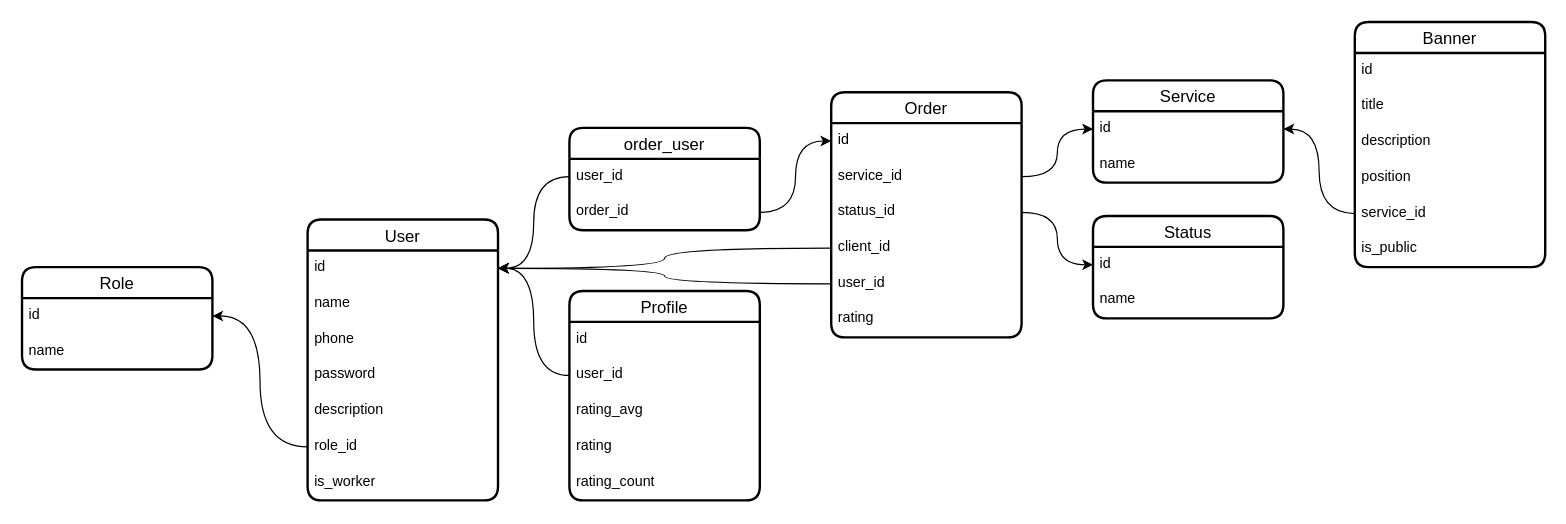
This is santex.drawio from iztileuoff/databases, a draw.io file, before an edit. Source tidied: cells renumbered, new cells numbered last; positions are measured from the earlier drawing's top-left corner, leaving out a move shared by most shapes. Both pictures are drawn from the tidied source at 119%, with x=0, y=0 at pixel (21, 21).
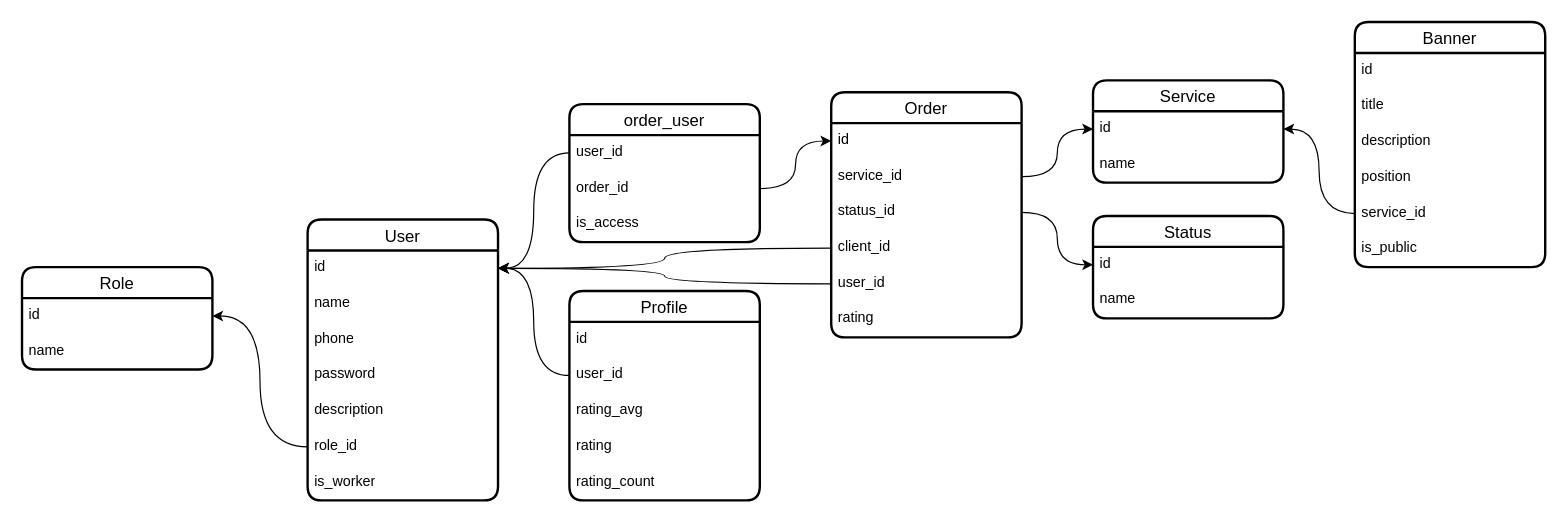
Above is the later version.

The edit, as a diff of the source:
```diff
@@
     <mxCell id="27" value="order_user" style="swimlane;fontStyle=0;horizontal=1;startSize=26;align=center;fontSize=14;strokeWidth=2;rounded=1;shadow=0;glass=0;swimlaneLine=1;" parent="1" vertex="1">
-      <mxGeometry x="460" y="89" width="160" height="86" as="geometry" />
+      <mxGeometry x="460" y="69" width="160" height="116" as="geometry" />
     </mxCell>
@@
+    <mxCell id="51" value="is_access" style="text;strokeColor=none;fillColor=none;spacingLeft=4;spacingRight=4;overflow=hidden;fontSize=12;whiteSpace=wrap;html=1;" parent="27" vertex="1">
+      <mxGeometry y="86" width="160" height="30" as="geometry" />
+    </mxCell>
```
